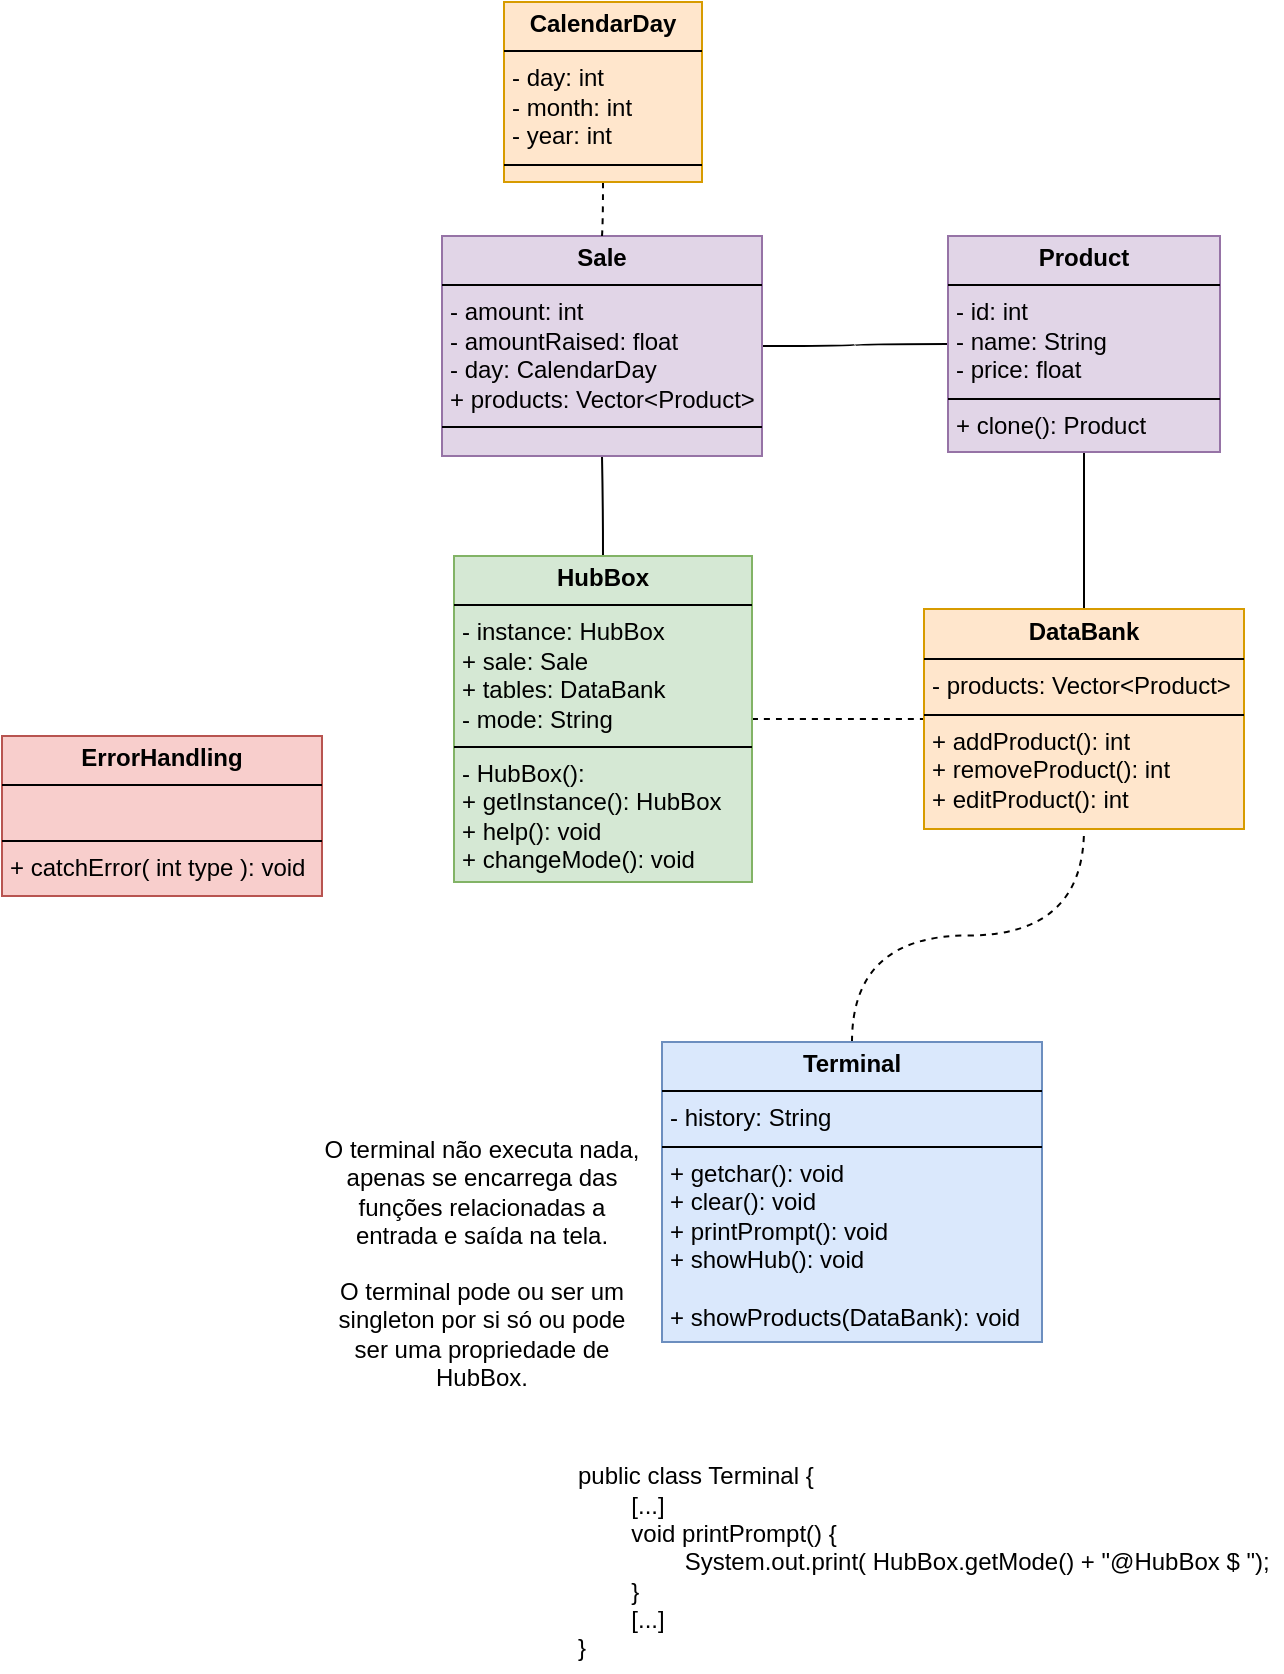
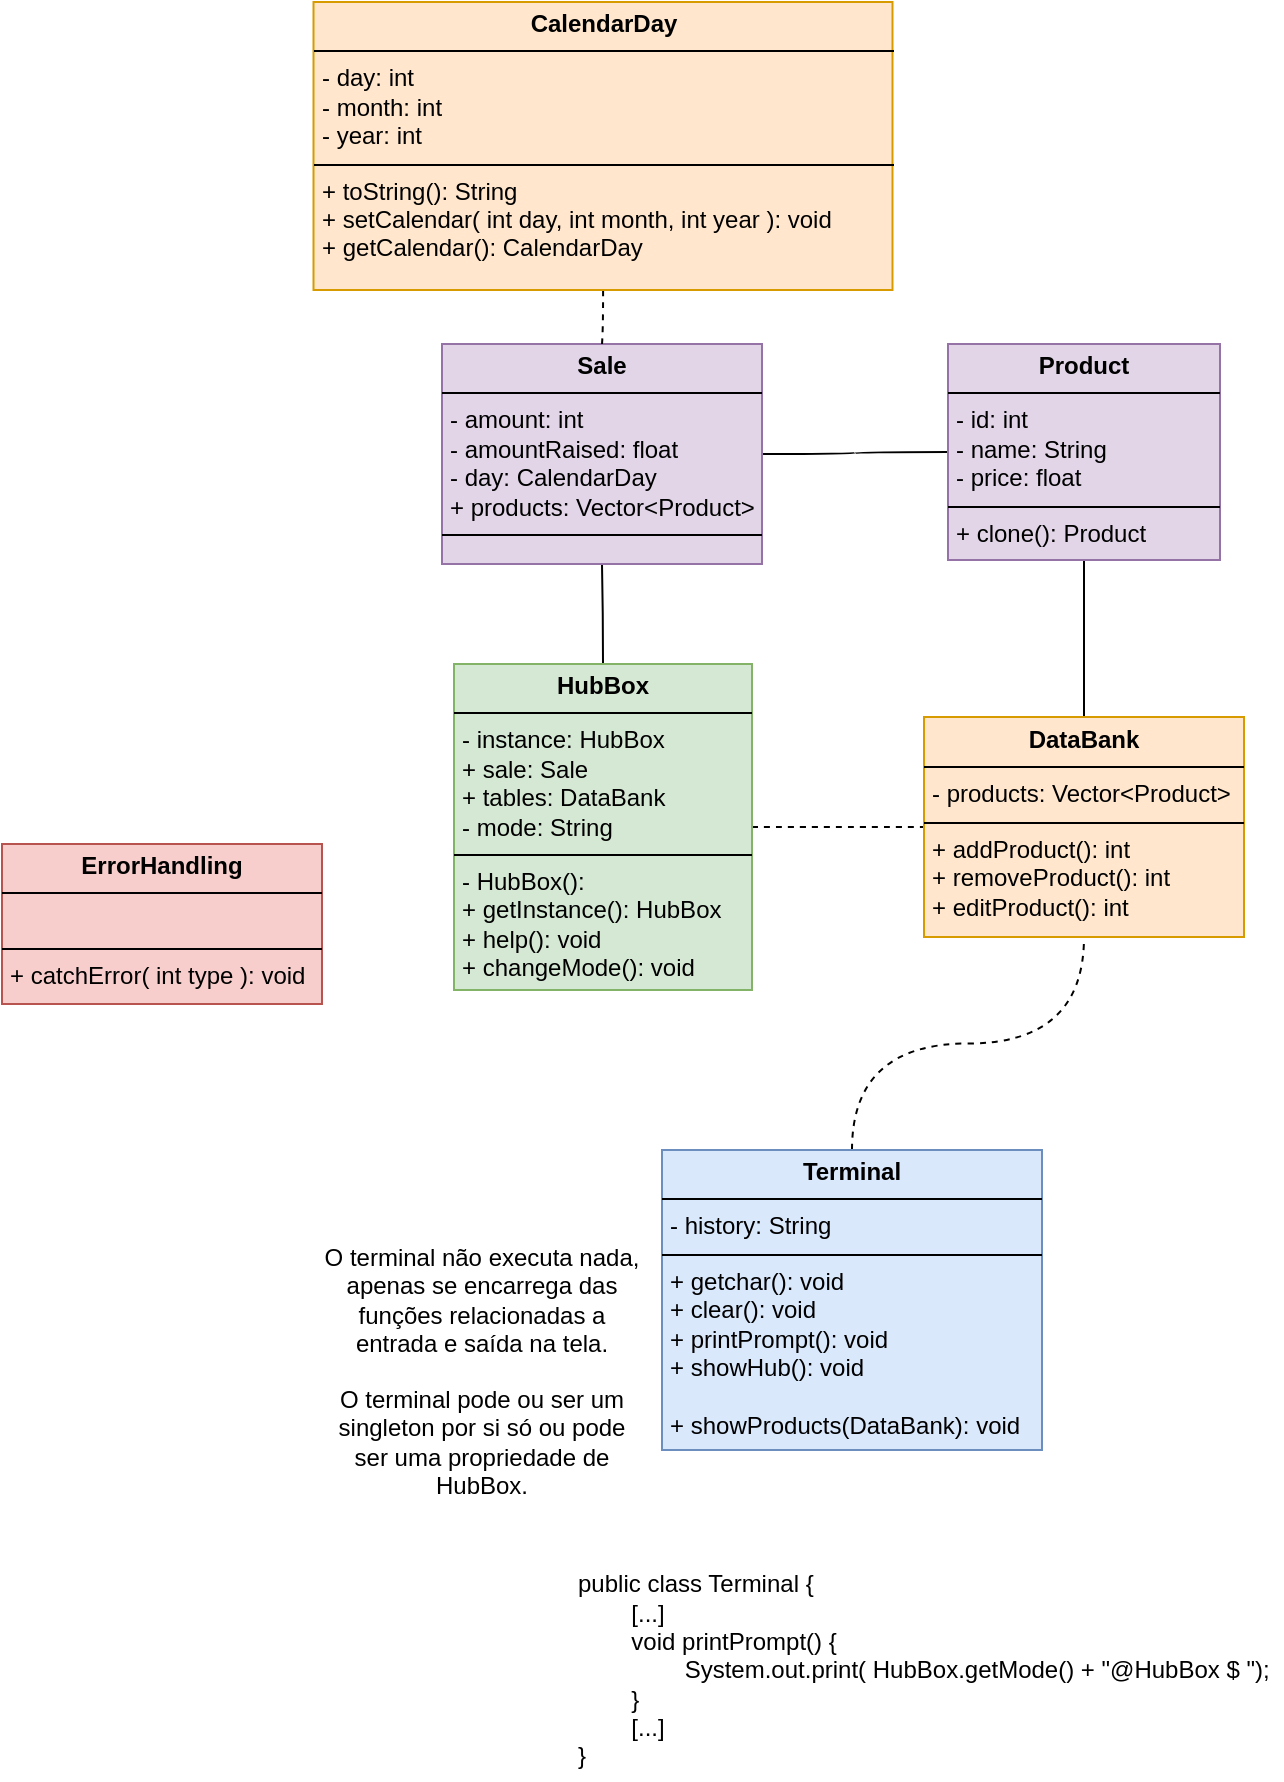
<mxfile host="Electron">
  <diagram name="Página-1" id="BBTmzzr-eVkeCKk__ZPX">
-     <mxGraphModel dx="717" dy="477" grid="0" gridSize="10" guides="1" tooltips="1" connect="1" arrows="1" fold="1" page="1" pageScale="1" pageWidth="827" pageHeight="1169" math="0" shadow="0">
+     <mxGraphModel dx="748" dy="497" grid="0" gridSize="10" guides="1" tooltips="1" connect="1" arrows="1" fold="1" page="1" pageScale="1" pageWidth="827" pageHeight="1169" math="0" shadow="0">
      <root>
        <mxCell id="0" />
        <mxCell id="1" parent="0" />
        <mxCell id="EsPDQGuQndN_vBhoAaj2-4" edge="1" parent="1" source="Q4Q5S89cbQ_CNARDyfZO-1" style="edgeStyle=orthogonalEdgeStyle;rounded=0;orthogonalLoop=1;jettySize=auto;html=1;curved=1;endArrow=none;endFill=0;" target="Q4Q5S89cbQ_CNARDyfZO-5" value="">
          <mxGeometry relative="1" as="geometry" />
        </mxCell>
        <mxCell id="cQ9W88wZ3NmaIjNyo0D--3" edge="1" parent="1" source="Q4Q5S89cbQ_CNARDyfZO-1" style="edgeStyle=orthogonalEdgeStyle;rounded=0;orthogonalLoop=1;jettySize=auto;html=1;curved=1;endArrow=none;endFill=0;dashed=1;" target="EsPDQGuQndN_vBhoAaj2-1" value="">
          <mxGeometry relative="1" as="geometry" />
        </mxCell>
        <mxCell id="Q4Q5S89cbQ_CNARDyfZO-1" parent="1" style="verticalAlign=top;align=left;overflow=fill;html=1;whiteSpace=wrap;fillColor=#d5e8d4;strokeColor=#82b366;" value="&lt;p style=&quot;margin:0px;margin-top:4px;text-align:center;&quot;&gt;&lt;b&gt;HubBox&lt;/b&gt;&lt;/p&gt;&lt;hr size=&quot;1&quot; style=&quot;border-style:solid;&quot;&gt;&lt;p style=&quot;margin:0px;margin-left:4px;&quot;&gt;- instance: HubBox&lt;/p&gt;&lt;p style=&quot;margin:0px;margin-left:4px;&quot;&gt;+ sale: Sale&lt;/p&gt;&lt;p style=&quot;margin:0px;margin-left:4px;&quot;&gt;+ tables: DataBank&lt;/p&gt;&lt;p style=&quot;margin:0px;margin-left:4px;&quot;&gt;- mode: String&lt;/p&gt;&lt;hr size=&quot;1&quot; style=&quot;border-style:solid;&quot;&gt;&lt;p style=&quot;margin:0px;margin-left:4px;&quot;&gt;- HubBox():&lt;/p&gt;&lt;p style=&quot;margin:0px;margin-left:4px;&quot;&gt;+ getInstance(): HubBox&lt;/p&gt;&lt;p style=&quot;margin:0px;margin-left:4px;&quot;&gt;+ help(): void&lt;/p&gt;&lt;p style=&quot;margin:0px;margin-left:4px;&quot;&gt;+ changeMode(): void&lt;/p&gt;" vertex="1">
          <mxGeometry height="163" width="149" x="325" y="417" as="geometry" />
        </mxCell>
        <mxCell id="Q4Q5S89cbQ_CNARDyfZO-2" parent="1" style="verticalAlign=top;align=left;overflow=fill;html=1;whiteSpace=wrap;fillColor=#f8cecc;strokeColor=#b85450;" value="&lt;p style=&quot;margin:0px;margin-top:4px;text-align:center;&quot;&gt;&lt;b&gt;ErrorHandling&lt;/b&gt;&lt;/p&gt;&lt;hr size=&quot;1&quot; style=&quot;border-style:solid;&quot;&gt;&lt;p style=&quot;margin:0px;margin-left:4px;&quot;&gt;&lt;br&gt;&lt;/p&gt;&lt;hr size=&quot;1&quot; style=&quot;border-style:solid;&quot;&gt;&lt;p style=&quot;margin:0px;margin-left:4px;&quot;&gt;+ catchError( int type ): void&lt;/p&gt;" vertex="1">
          <mxGeometry height="80" width="160" x="99" y="507" as="geometry" />
        </mxCell>
        <mxCell id="Q4Q5S89cbQ_CNARDyfZO-7" edge="1" parent="1" source="Q4Q5S89cbQ_CNARDyfZO-4" style="edgeStyle=orthogonalEdgeStyle;rounded=0;orthogonalLoop=1;jettySize=auto;html=1;endArrow=none;endFill=0;curved=1;" target="Q4Q5S89cbQ_CNARDyfZO-5" value="">
          <mxGeometry relative="1" as="geometry" />
        </mxCell>
        <mxCell id="cQ9W88wZ3NmaIjNyo0D--2" edge="1" parent="1" source="Q4Q5S89cbQ_CNARDyfZO-4" style="edgeStyle=orthogonalEdgeStyle;rounded=0;orthogonalLoop=1;jettySize=auto;html=1;curved=1;endArrow=none;endFill=0;" target="EsPDQGuQndN_vBhoAaj2-1" value="">
          <mxGeometry relative="1" as="geometry" />
        </mxCell>
        <mxCell id="Q4Q5S89cbQ_CNARDyfZO-4" parent="1" style="verticalAlign=top;align=left;overflow=fill;html=1;whiteSpace=wrap;fillColor=#e1d5e7;strokeColor=#9673a6;" value="&lt;p style=&quot;margin:0px;margin-top:4px;text-align:center;&quot;&gt;&lt;b&gt;Product&lt;/b&gt;&lt;/p&gt;&lt;hr size=&quot;1&quot; style=&quot;border-style:solid;&quot;&gt;&lt;p style=&quot;margin:0px;margin-left:4px;&quot;&gt;- id: int&lt;/p&gt;&lt;p style=&quot;margin:0px;margin-left:4px;&quot;&gt;- name: String&lt;/p&gt;&lt;p style=&quot;margin:0px;margin-left:4px;&quot;&gt;- price: float&lt;/p&gt;&lt;hr size=&quot;1&quot; style=&quot;border-style:solid;&quot;&gt;&lt;p style=&quot;margin:0px;margin-left:4px;&quot;&gt;+ clone(): Product&lt;/p&gt;" vertex="1">
          <mxGeometry height="108" width="136" x="572" y="257" as="geometry" />
        </mxCell>
        <mxCell id="Q4Q5S89cbQ_CNARDyfZO-5" parent="1" style="verticalAlign=top;align=left;overflow=fill;html=1;whiteSpace=wrap;fillColor=#e1d5e7;strokeColor=#9673a6;" value="&lt;p style=&quot;margin:0px;margin-top:4px;text-align:center;&quot;&gt;&lt;b&gt;Sale&lt;/b&gt;&lt;/p&gt;&lt;hr size=&quot;1&quot; style=&quot;border-style:solid;&quot;&gt;&lt;p style=&quot;margin:0px;margin-left:4px;&quot;&gt;- amount: int&lt;/p&gt;&lt;p style=&quot;margin:0px;margin-left:4px;&quot;&gt;- amountRaised: float&lt;/p&gt;&lt;p style=&quot;margin:0px;margin-left:4px;&quot;&gt;- day: CalendarDay&lt;/p&gt;&lt;p style=&quot;margin:0px;margin-left:4px;&quot;&gt;+ products: Vector&amp;lt;Product&amp;gt;&lt;/p&gt;&lt;hr size=&quot;1&quot; style=&quot;border-style:solid;&quot;&gt;&lt;p style=&quot;margin:0px;margin-left:4px;&quot;&gt;&lt;br&gt;&lt;/p&gt;" vertex="1">
          <mxGeometry height="110" width="160" x="319" y="257" as="geometry" />
        </mxCell>
        <mxCell id="EsPDQGuQndN_vBhoAaj2-3" edge="1" parent="1" source="Q4Q5S89cbQ_CNARDyfZO-6" style="edgeStyle=orthogonalEdgeStyle;rounded=0;orthogonalLoop=1;jettySize=auto;html=1;curved=1;endArrow=none;endFill=0;dashed=1;entryX=0.5;entryY=1;entryDx=0;entryDy=0;" target="EsPDQGuQndN_vBhoAaj2-1" value="">
          <mxGeometry relative="1" as="geometry">
            <mxPoint x="649" y="547" as="targetPoint" />
          </mxGeometry>
        </mxCell>
        <mxCell id="EsPDQGuQndN_vBhoAaj2-1" parent="1" style="verticalAlign=top;align=left;overflow=fill;html=1;whiteSpace=wrap;fillColor=#ffe6cc;strokeColor=#d79b00;" value="&lt;p style=&quot;margin:0px;margin-top:4px;text-align:center;&quot;&gt;&lt;b&gt;DataBank&lt;/b&gt;&lt;/p&gt;&lt;hr size=&quot;1&quot; style=&quot;border-style:solid;&quot;&gt;&lt;p style=&quot;margin:0px;margin-left:4px;&quot;&gt;- products: Vector&amp;lt;Product&amp;gt;&lt;/p&gt;&lt;hr size=&quot;1&quot; style=&quot;border-style:solid;&quot;&gt;&lt;p style=&quot;margin:0px;margin-left:4px;&quot;&gt;&lt;span style=&quot;background-color: transparent; color: light-dark(rgb(0, 0, 0), rgb(255, 255, 255));&quot;&gt;+ addProduct(): int&lt;/span&gt;&lt;/p&gt;&lt;p style=&quot;margin: 0px 0px 0px 4px;&quot;&gt;+ removeProduct(): int&lt;/p&gt;&lt;p style=&quot;margin: 0px 0px 0px 4px;&quot;&gt;+ editProduct(): int&lt;/p&gt;" vertex="1">
          <mxGeometry height="110" width="160" x="560" y="443.5" as="geometry" />
        </mxCell>
        <mxCell id="0hDqedPasLaFZM41TNbW-2" edge="1" parent="1" source="0hDqedPasLaFZM41TNbW-1" style="edgeStyle=orthogonalEdgeStyle;rounded=0;orthogonalLoop=1;jettySize=auto;html=1;curved=1;endArrow=none;endFill=0;dashed=1;" target="Q4Q5S89cbQ_CNARDyfZO-5" value="">
          <mxGeometry relative="1" as="geometry" />
        </mxCell>
-         <mxCell id="0hDqedPasLaFZM41TNbW-1" parent="1" style="verticalAlign=top;align=left;overflow=fill;html=1;whiteSpace=wrap;fillColor=#ffe6cc;strokeColor=#d79b00;" value="&lt;p style=&quot;margin:0px;margin-top:4px;text-align:center;&quot;&gt;&lt;b&gt;CalendarDay&lt;/b&gt;&lt;/p&gt;&lt;hr size=&quot;1&quot; style=&quot;border-style:solid;&quot;&gt;&lt;p style=&quot;margin:0px;margin-left:4px;&quot;&gt;- day: int&lt;/p&gt;&lt;p style=&quot;margin:0px;margin-left:4px;&quot;&gt;- month: int&lt;/p&gt;&lt;p style=&quot;margin:0px;margin-left:4px;&quot;&gt;- year: int&lt;/p&gt;&lt;hr size=&quot;1&quot; style=&quot;border-style:solid;&quot;&gt;&lt;p style=&quot;margin:0px;margin-left:4px;&quot;&gt;&lt;br&gt;&lt;/p&gt;" vertex="1">
-           <mxGeometry height="90" width="99" x="350" y="140" as="geometry" />
+         <mxCell id="0hDqedPasLaFZM41TNbW-1" parent="1" style="verticalAlign=top;align=left;overflow=fill;html=1;whiteSpace=wrap;fillColor=#ffe6cc;strokeColor=#d79b00;" value="&lt;p style=&quot;margin:0px;margin-top:4px;text-align:center;&quot;&gt;&lt;b&gt;CalendarDay&lt;/b&gt;&lt;/p&gt;&lt;hr size=&quot;1&quot; style=&quot;border-style:solid;&quot;&gt;&lt;p style=&quot;margin:0px;margin-left:4px;&quot;&gt;- day: int&lt;/p&gt;&lt;p style=&quot;margin:0px;margin-left:4px;&quot;&gt;- month: int&lt;/p&gt;&lt;p style=&quot;margin:0px;margin-left:4px;&quot;&gt;- year: int&lt;/p&gt;&lt;hr size=&quot;1&quot; style=&quot;border-style:solid;&quot;&gt;&lt;p style=&quot;margin:0px;margin-left:4px;&quot;&gt;+ toString(): String&lt;/p&gt;&lt;p style=&quot;margin:0px;margin-left:4px;&quot;&gt;+ setCalendar( int day, int month, int year ): void&lt;/p&gt;&lt;p style=&quot;margin:0px;margin-left:4px;&quot;&gt;+ getCalendar(): CalendarDay&lt;/p&gt;" vertex="1">
+           <mxGeometry height="144" width="289.5" x="254.75" y="86" as="geometry" />
        </mxCell>
        <mxCell id="lDpHPQrhT_Zhq6qJ-Ywo-2" connectable="0" parent="1" style="group" value="" vertex="1">
          <mxGeometry height="315" width="480" x="259" y="660" as="geometry" />
        </mxCell>
        <mxCell id="Q4Q5S89cbQ_CNARDyfZO-6" parent="lDpHPQrhT_Zhq6qJ-Ywo-2" style="verticalAlign=top;align=left;overflow=fill;html=1;whiteSpace=wrap;fillColor=#dae8fc;strokeColor=#6c8ebf;" value="&lt;p style=&quot;margin:0px;margin-top:4px;text-align:center;&quot;&gt;&lt;b&gt;Terminal&lt;/b&gt;&lt;/p&gt;&lt;hr size=&quot;1&quot; style=&quot;border-style:solid;&quot;&gt;&lt;p style=&quot;margin:0px;margin-left:4px;&quot;&gt;- history: String&lt;br&gt;&lt;/p&gt;&lt;hr size=&quot;1&quot; style=&quot;border-style:solid;&quot;&gt;&lt;p style=&quot;margin:0px;margin-left:4px;&quot;&gt;+ getchar(): void&lt;/p&gt;&lt;p style=&quot;margin:0px;margin-left:4px;&quot;&gt;+ clear(): void&lt;/p&gt;&lt;p style=&quot;margin:0px;margin-left:4px;&quot;&gt;+ printPrompt(): void&lt;/p&gt;&lt;p style=&quot;margin:0px;margin-left:4px;&quot;&gt;+ showHub(): void&lt;/p&gt;&lt;p style=&quot;margin:0px;margin-left:4px;&quot;&gt;&lt;br&gt;&lt;/p&gt;&lt;p style=&quot;margin:0px;margin-left:4px;&quot;&gt;+ showProducts(DataBank): void&lt;/p&gt;" vertex="1">
          <mxGeometry height="150" width="190" x="170" as="geometry" />
        </mxCell>
        <mxCell id="EsPDQGuQndN_vBhoAaj2-6" parent="lDpHPQrhT_Zhq6qJ-Ywo-2" style="text;html=1;whiteSpace=wrap;strokeColor=none;fillColor=none;align=center;verticalAlign=middle;rounded=0;" value="O terminal não executa nada, apenas se encarrega das funções relacionadas a entrada e saída na tela." vertex="1">
          <mxGeometry height="50" width="160" y="50" as="geometry" />
        </mxCell>
        <mxCell id="EsPDQGuQndN_vBhoAaj2-7" parent="lDpHPQrhT_Zhq6qJ-Ywo-2" style="text;html=1;whiteSpace=wrap;strokeColor=none;fillColor=none;align=left;verticalAlign=middle;rounded=0;" value="&lt;div&gt;public class Terminal {&lt;/div&gt;&lt;div&gt;&lt;span style=&quot;white-space: pre;&quot;&gt;&#x9;&lt;/span&gt;[...]&lt;br&gt;&lt;/div&gt;&lt;span style=&quot;white-space: pre;&quot;&gt;&#x9;&lt;/span&gt;void printPrompt() {&lt;div&gt;&lt;span style=&quot;white-space: pre;&quot;&gt;&#x9;&lt;span style=&quot;white-space: pre;&quot;&gt;&#x9;&lt;/span&gt;&lt;/span&gt;System.out.print( HubBox.getMode() + &quot;@HubBox $ &quot;);&lt;/div&gt;&lt;div&gt;&lt;span style=&quot;white-space: pre;&quot;&gt;&#x9;&lt;/span&gt;}&lt;br&gt;&lt;/div&gt;&lt;div&gt;&lt;span style=&quot;white-space: pre;&quot;&gt;&#x9;&lt;/span&gt;[...]&lt;br&gt;&lt;/div&gt;&lt;div&gt;}&lt;/div&gt;" vertex="1">
          <mxGeometry height="110" width="354" x="126" y="205" as="geometry" />
        </mxCell>
        <mxCell id="lDpHPQrhT_Zhq6qJ-Ywo-1" parent="lDpHPQrhT_Zhq6qJ-Ywo-2" style="text;html=1;whiteSpace=wrap;strokeColor=none;fillColor=none;align=center;verticalAlign=middle;rounded=0;" value="O terminal pode ou ser um singleton por si só ou pode ser uma propriedade de HubBox." vertex="1">
          <mxGeometry height="50" width="160" y="121" as="geometry" />
        </mxCell>
      </root>
    </mxGraphModel>
  </diagram>
</mxfile>
